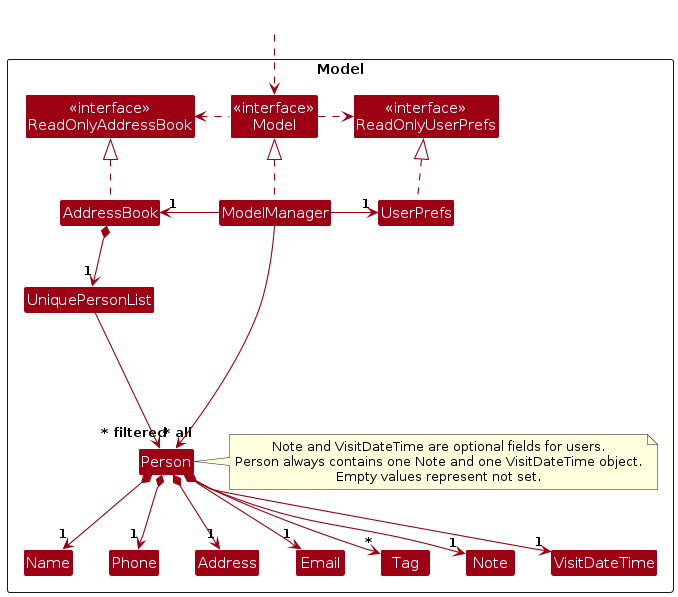
This is diagrams/ModelClassDiagram.png from AY2526S2-CS2103-F11-1/tp, a PlantUML export, as it was before one commit. Its source is kept beside it as diagrams/ModelClassDiagram.puml.
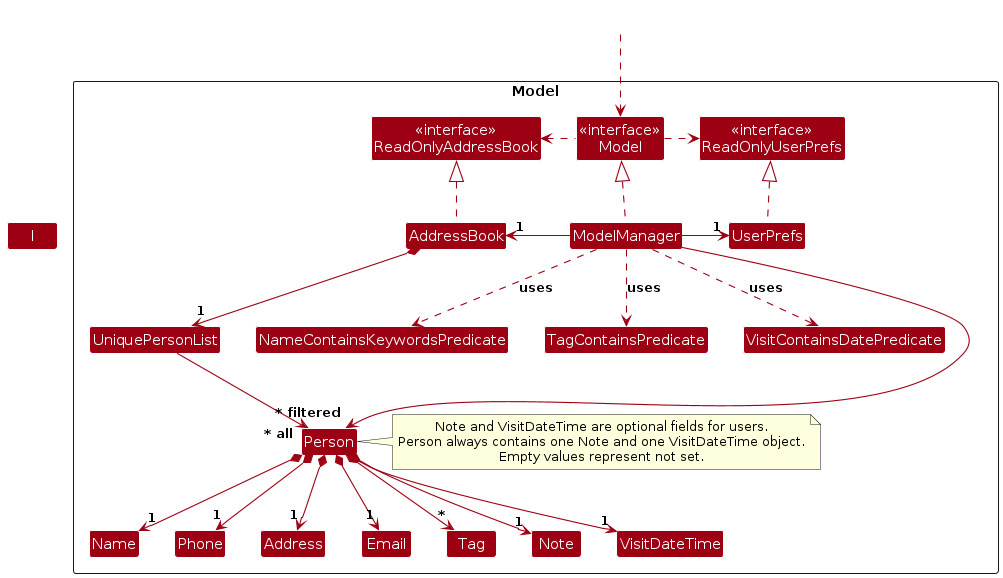
The same diagram one commit later.

The edit, as a diff of the source:
```diff
@@ -22,6 +22,10 @@
 Class Note
 Class VisitDateTime
 
+Class NameContainsKeywordsPredicate
+Class TagContainsPredicate
+Class VisitContainsDatePredicate
+
 note as PersonOptionalFieldsNote
   Note and VisitDateTime are optional fields for users.
   Person always contains one Note and one VisitDateTime object.
@@ -30,7 +34,6 @@
 
 Person . PersonOptionalFieldsNote
 
-Class I #FFFFFF
 }
 
 Class HiddenOutside #FFFFFF
@@ -55,7 +58,6 @@
 Person *--> "1" VisitDateTime
 Person *--> "*" Tag
 
-
 Person -[hidden]up--> I
 UniquePersonList -[hidden]right-> I
 
@@ -64,4 +66,11 @@
 Address -[hidden]right-> Email
 
 ModelManager --> "~* filtered" Person
+
+ModelManager ..> NameContainsKeywordsPredicate : uses
+ModelManager ..> TagContainsPredicate : uses
+ModelManager ..> VisitContainsDatePredicate : uses
+
+NameContainsKeywordsPredicate -[hidden]right-> TagContainsPredicate
+TagContainsPredicate -[hidden]right-> VisitContainsDatePredicate
 @enduml
```
